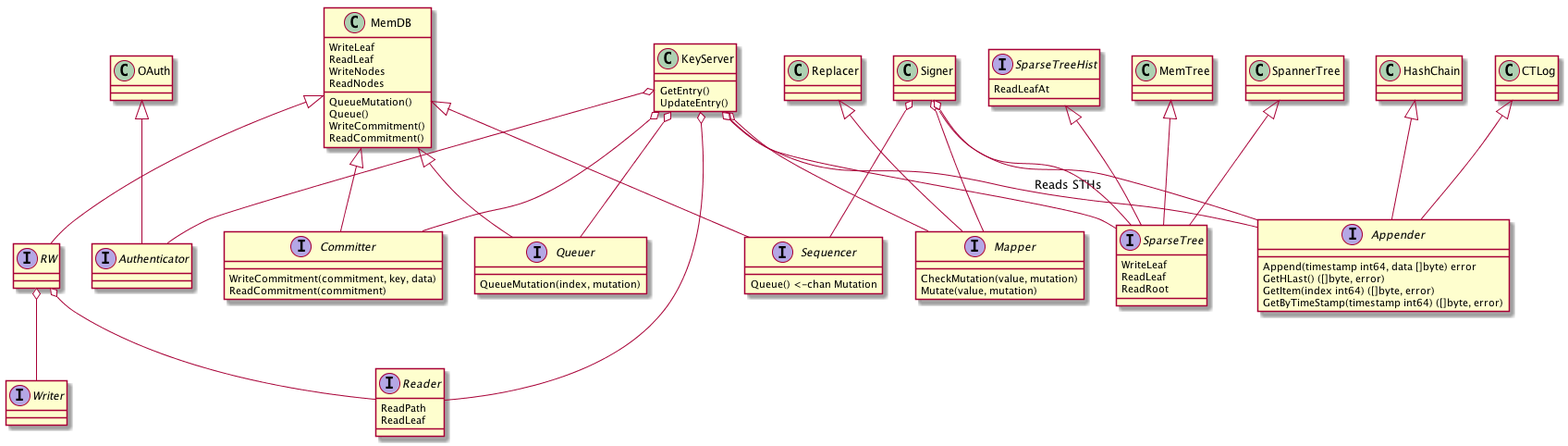
The PlantUML diagram docs/classes.png in google/keytransparency, before a commit.
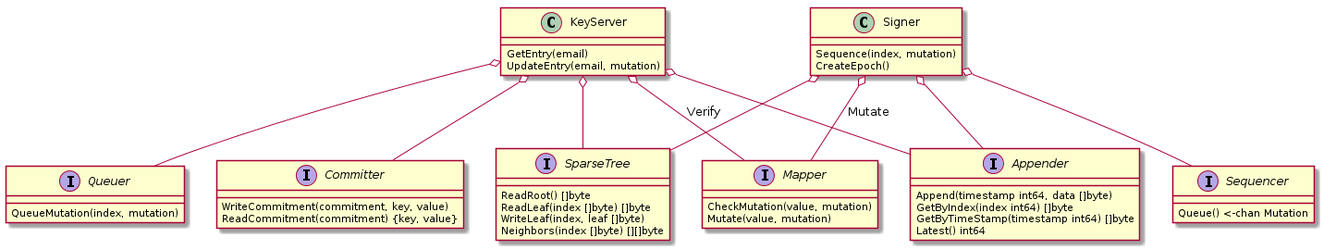
The same diagram one commit later.

Change to the diagram source:
```diff
@@ -1,64 +1,36 @@
 @startuml
 interface Committer
 interface Queuer
-interface Authenticator
+interface Sequencer
 interface Mapper
 interface SparseTree
-interface SparseTreeHist
-interface Reader
-interface Writer
 interface Appender
-interface RW
-interface Sequencer
-
-RW o-- Reader
-RW o-- Writer
 
 KeyServer o-- Committer
 KeyServer o-- Queuer
-KeyServer o-- Authenticator
-KeyServer o-- Mapper
+KeyServer o-- Mapper : Verify
 KeyServer o-- SparseTree
-KeyServer o-- Reader
-KeyServer o-- Appender : Reads STHs
+KeyServer o-- Appender
 
 Signer o-- Sequencer
 Signer o-- Appender
-Signer o-- Mapper
+Signer o-- Mapper : Mutate
 Signer o-- SparseTree
+Signer : Sequence(index, mutation)
+Signer : CreateEpoch()
 
-SparseTreeHist <|-- SparseTree
-OAuth <|-- Authenticator
-HashChain <|-- Appender
-CTLog <|-- Appender
-Replacer <|-- Mapper
-MemTree <|-- SparseTree
-SpannerTree <|-- SparseTree
 
-SparseTree : WriteLeaf
-SparseTree : ReadLeaf
-SparseTree : ReadRoot
+SparseTree : ReadRoot() []byte
+SparseTree : ReadLeaf(index []byte) []byte
+SparseTree : WriteLeaf(index, leaf []byte)
+SparseTree : Neighbors(index []byte) [][]byte
 
-SparseTreeHist : ReadLeafAt
 
-MemDB <|-- Queuer
-MemDB <|-- Sequencer
-MemDB <|-- RW
-MemDB <|-- Committer
-MemDB : QueueMutation()
-MemDB : Queue()
-MemDB : WriteCommitment()
-MemDB : ReadCommitment()
-MemDB : WriteLeaf
-MemDB : ReadLeaf
-MemDB : WriteNodes
-MemDB : ReadNodes
+KeyServer : GetEntry(email)
+KeyServer : UpdateEntry(email, mutation)
 
-KeyServer : GetEntry()
-KeyServer : UpdateEntry()
-
-Committer : WriteCommitment(commitment, key, data)
-Committer : ReadCommitment(commitment)
+Committer : WriteCommitment(commitment, key, value)
+Committer : ReadCommitment(commitment) {key, value}
 
 Queuer : QueueMutation(index, mutation)
 
@@ -67,12 +39,9 @@
 
 Sequencer : Queue() <-chan Mutation
 
-Reader : ReadPath
-Reader : ReadLeaf
-
-Appender : Append(timestamp int64, data []byte) error
-Appender : GetHLast() ([]byte, error)
-Appender : GetItem(index int64) ([]byte, error)
-Appender : GetByTimeStamp(timestamp int64) ([]byte, error)
+Appender : Append(timestamp int64, data []byte)
+Appender : GetByIndex(index int64) []byte
+Appender : GetByTimeStamp(timestamp int64) []byte
+Appender : Latest() int64
 
 @enduml
```
